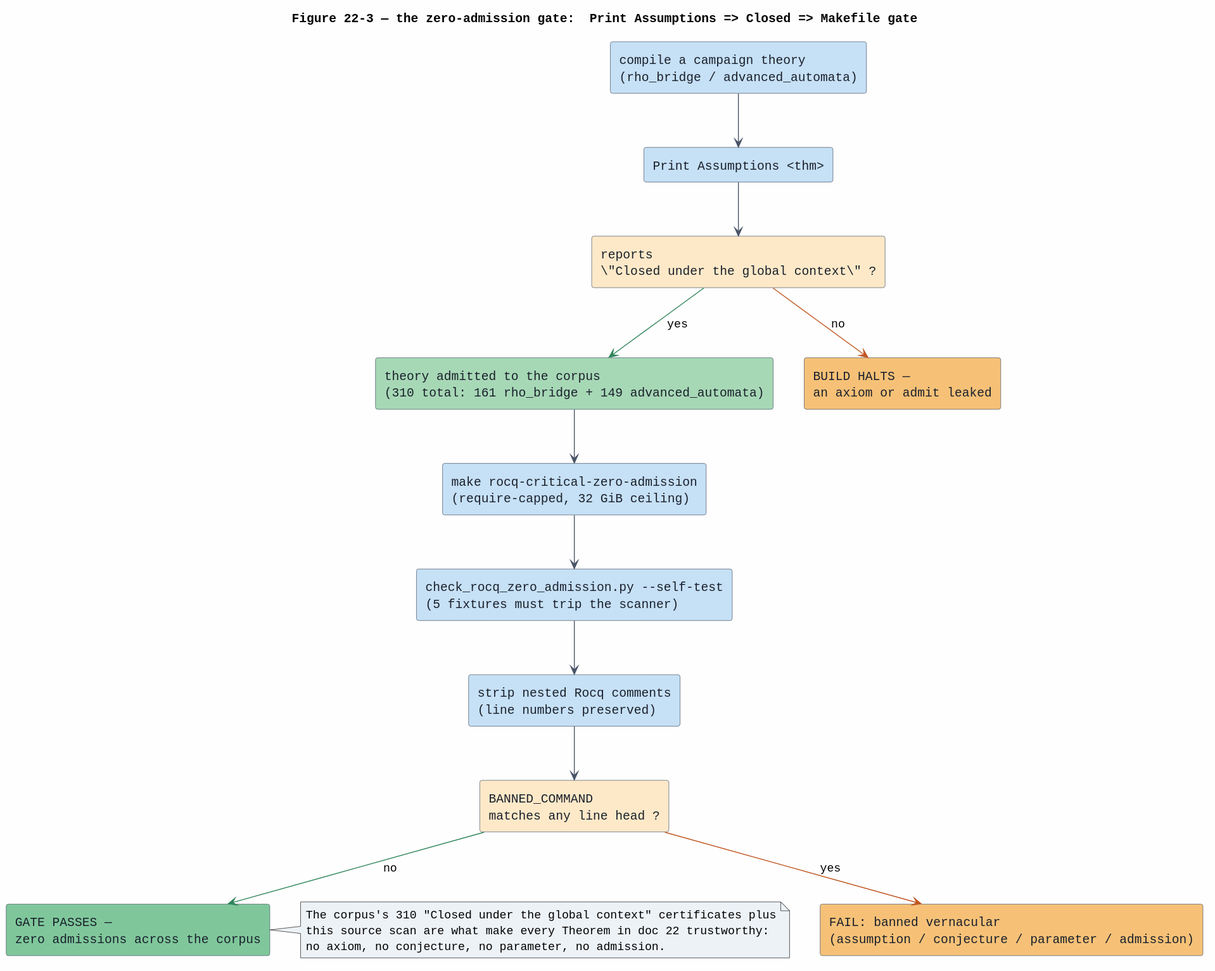
F1R3FLY-io/mettail-rust keeps this PlantUML diagram as docs/architecture/rho-native-integration/figures/22-zero-admission-gate.svg. Above is the earlier version.
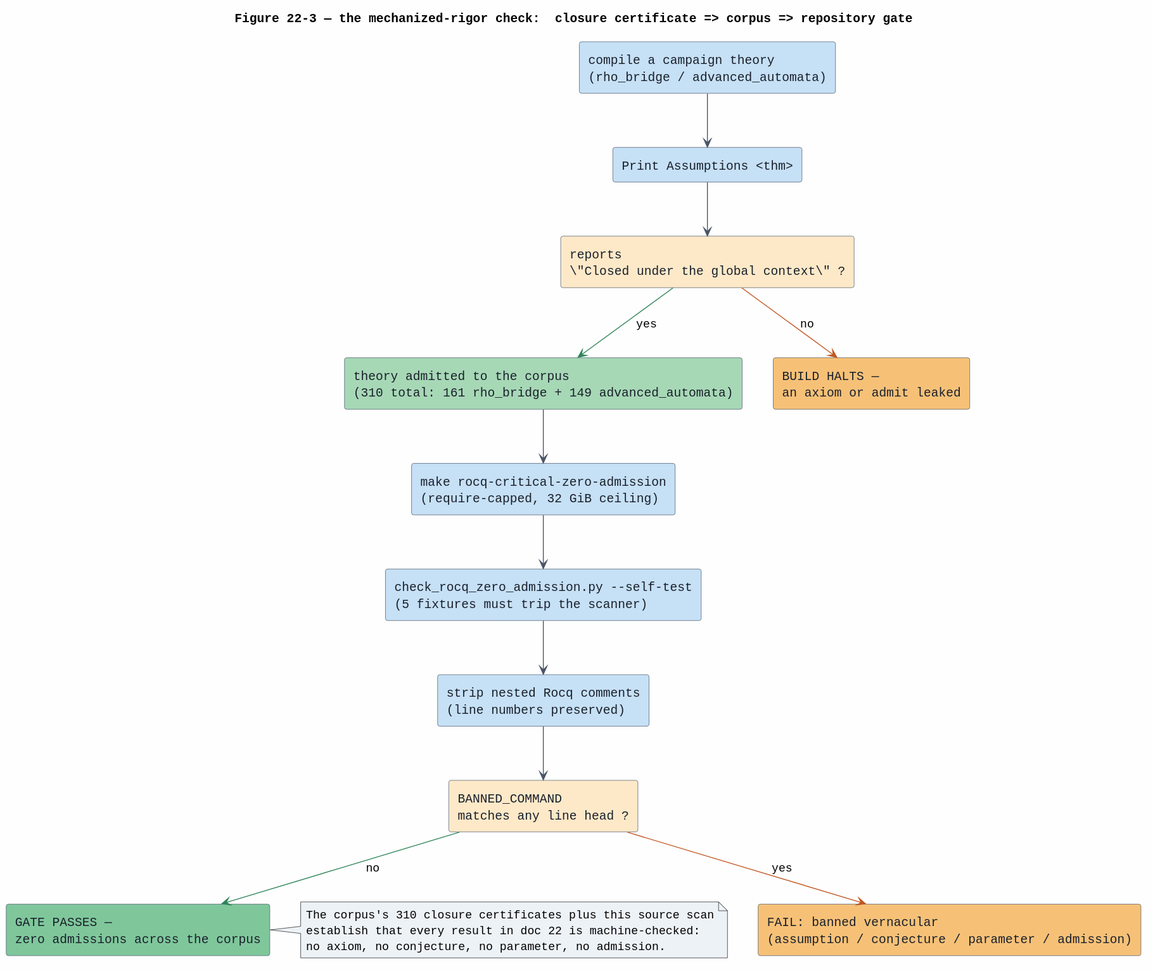
Later version of the same file.

Diff of the diagram source:
```diff
@@ -9,7 +9,7 @@
 skinparam ArrowColor #4A5568
 top to bottom direction
 
-title Figure 22-3 — the zero-admission gate:  Print Assumptions => Closed => Makefile gate
+title Figure 22-3 — the mechanized-rigor check:  closure certificate => corpus => repository gate
 
 rectangle "compile a campaign theory\n(rho_bridge / advanced_automata)" as COMPILE #C6E0F5
 rectangle "Print Assumptions <thm>" as PRINT #C6E0F5
@@ -36,8 +36,8 @@
 BANNED -[#2F855A]-> PASS : "no"
 
 note right of PASS #EDF2F7
-  The corpus's 310 "Closed under the global context" certificates plus
-  this source scan are what make every Theorem in doc 22 trustworthy:
+  The corpus's 310 closure certificates plus this source scan
+  establish that every result in doc 22 is machine-checked:
   no axiom, no conjecture, no parameter, no admission.
 end note
 @enduml
```
